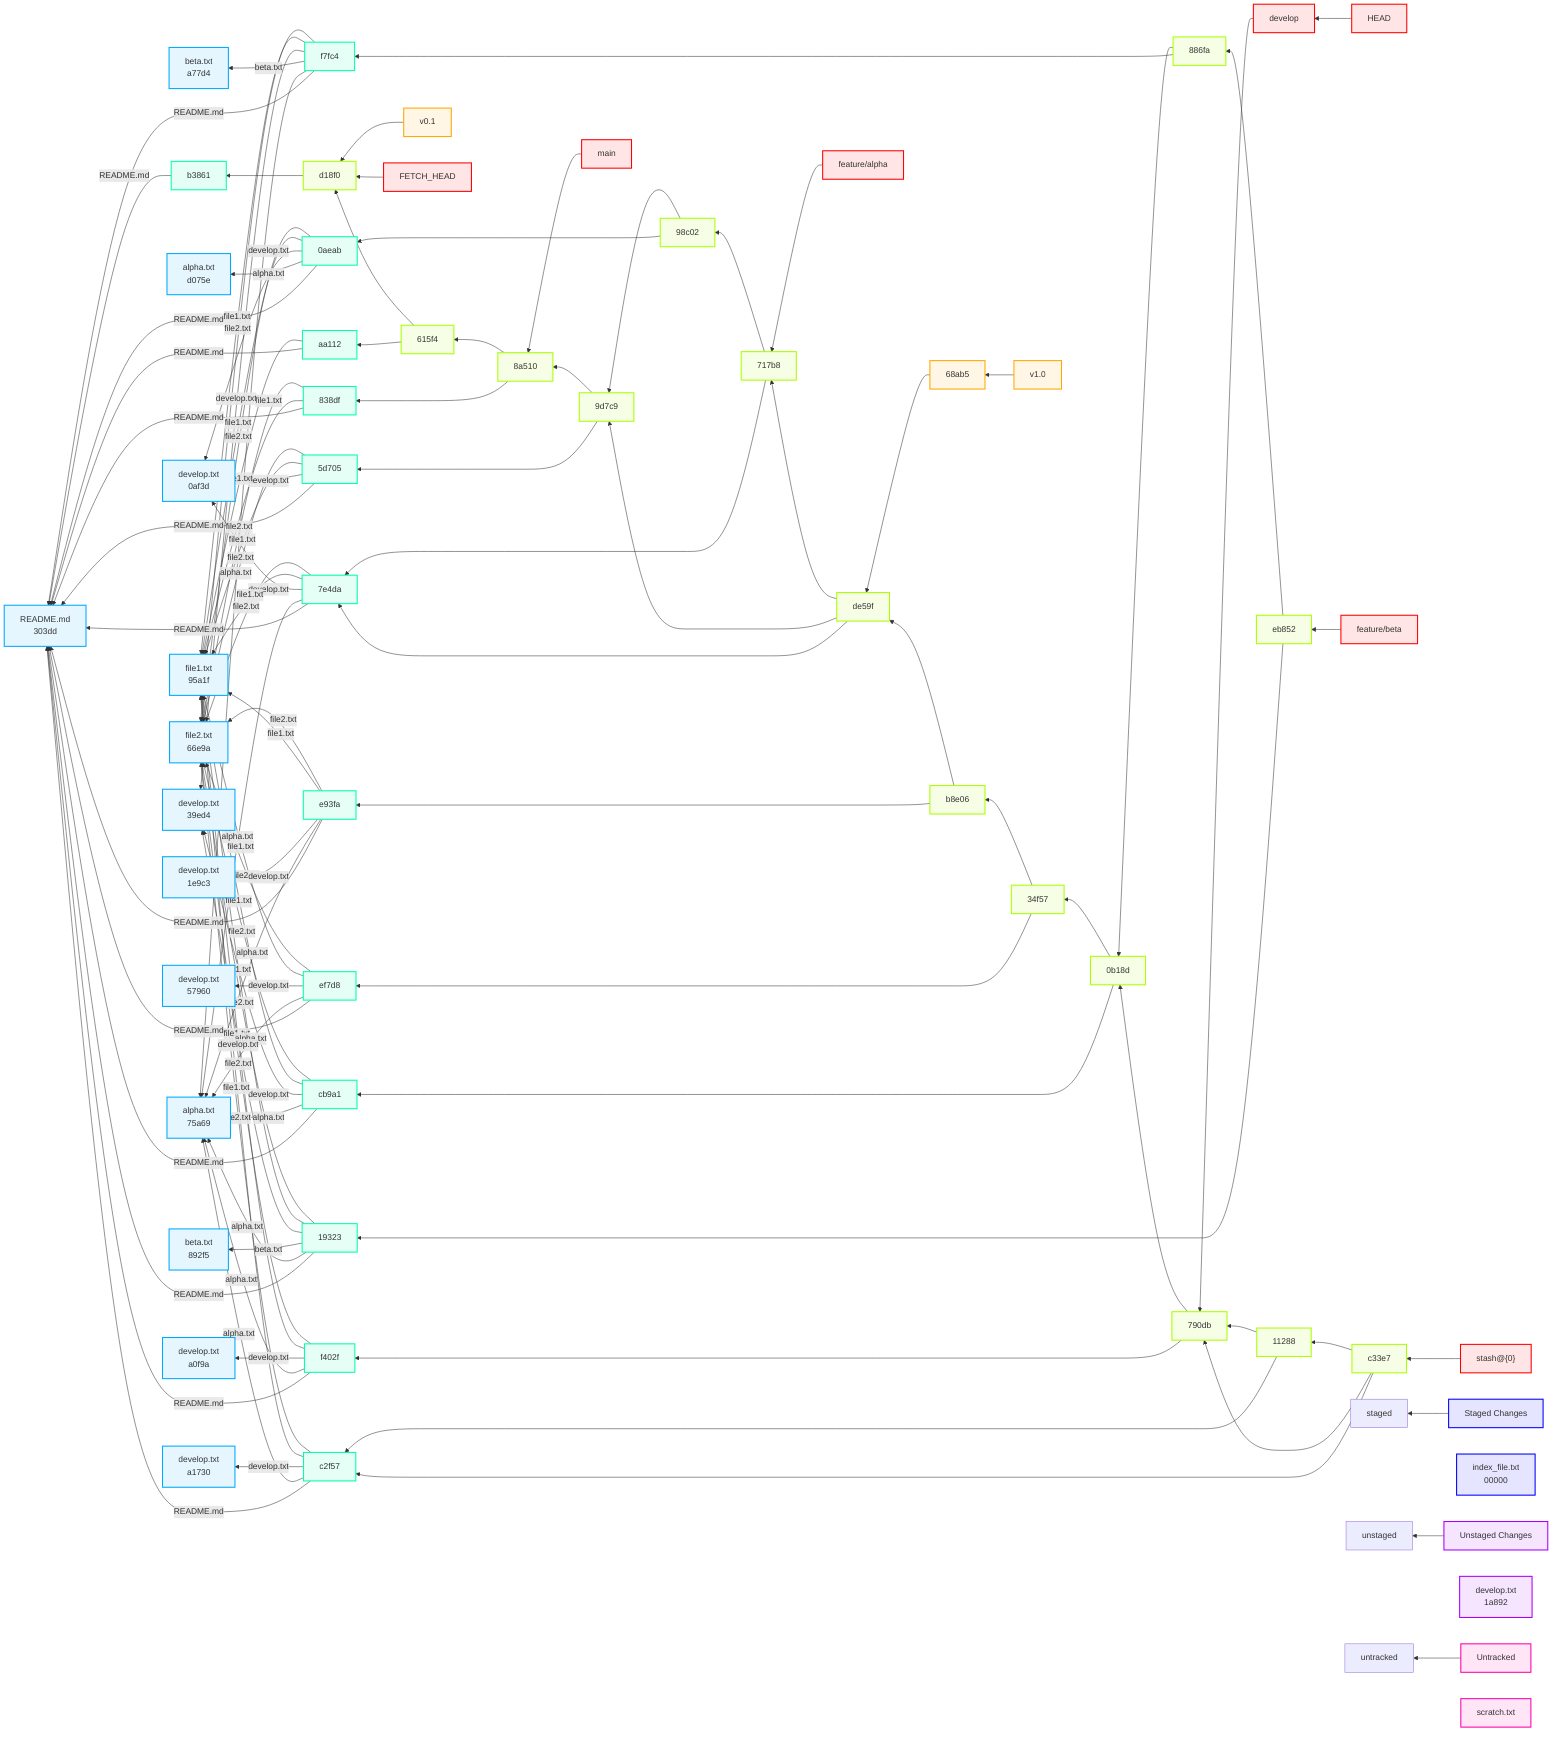
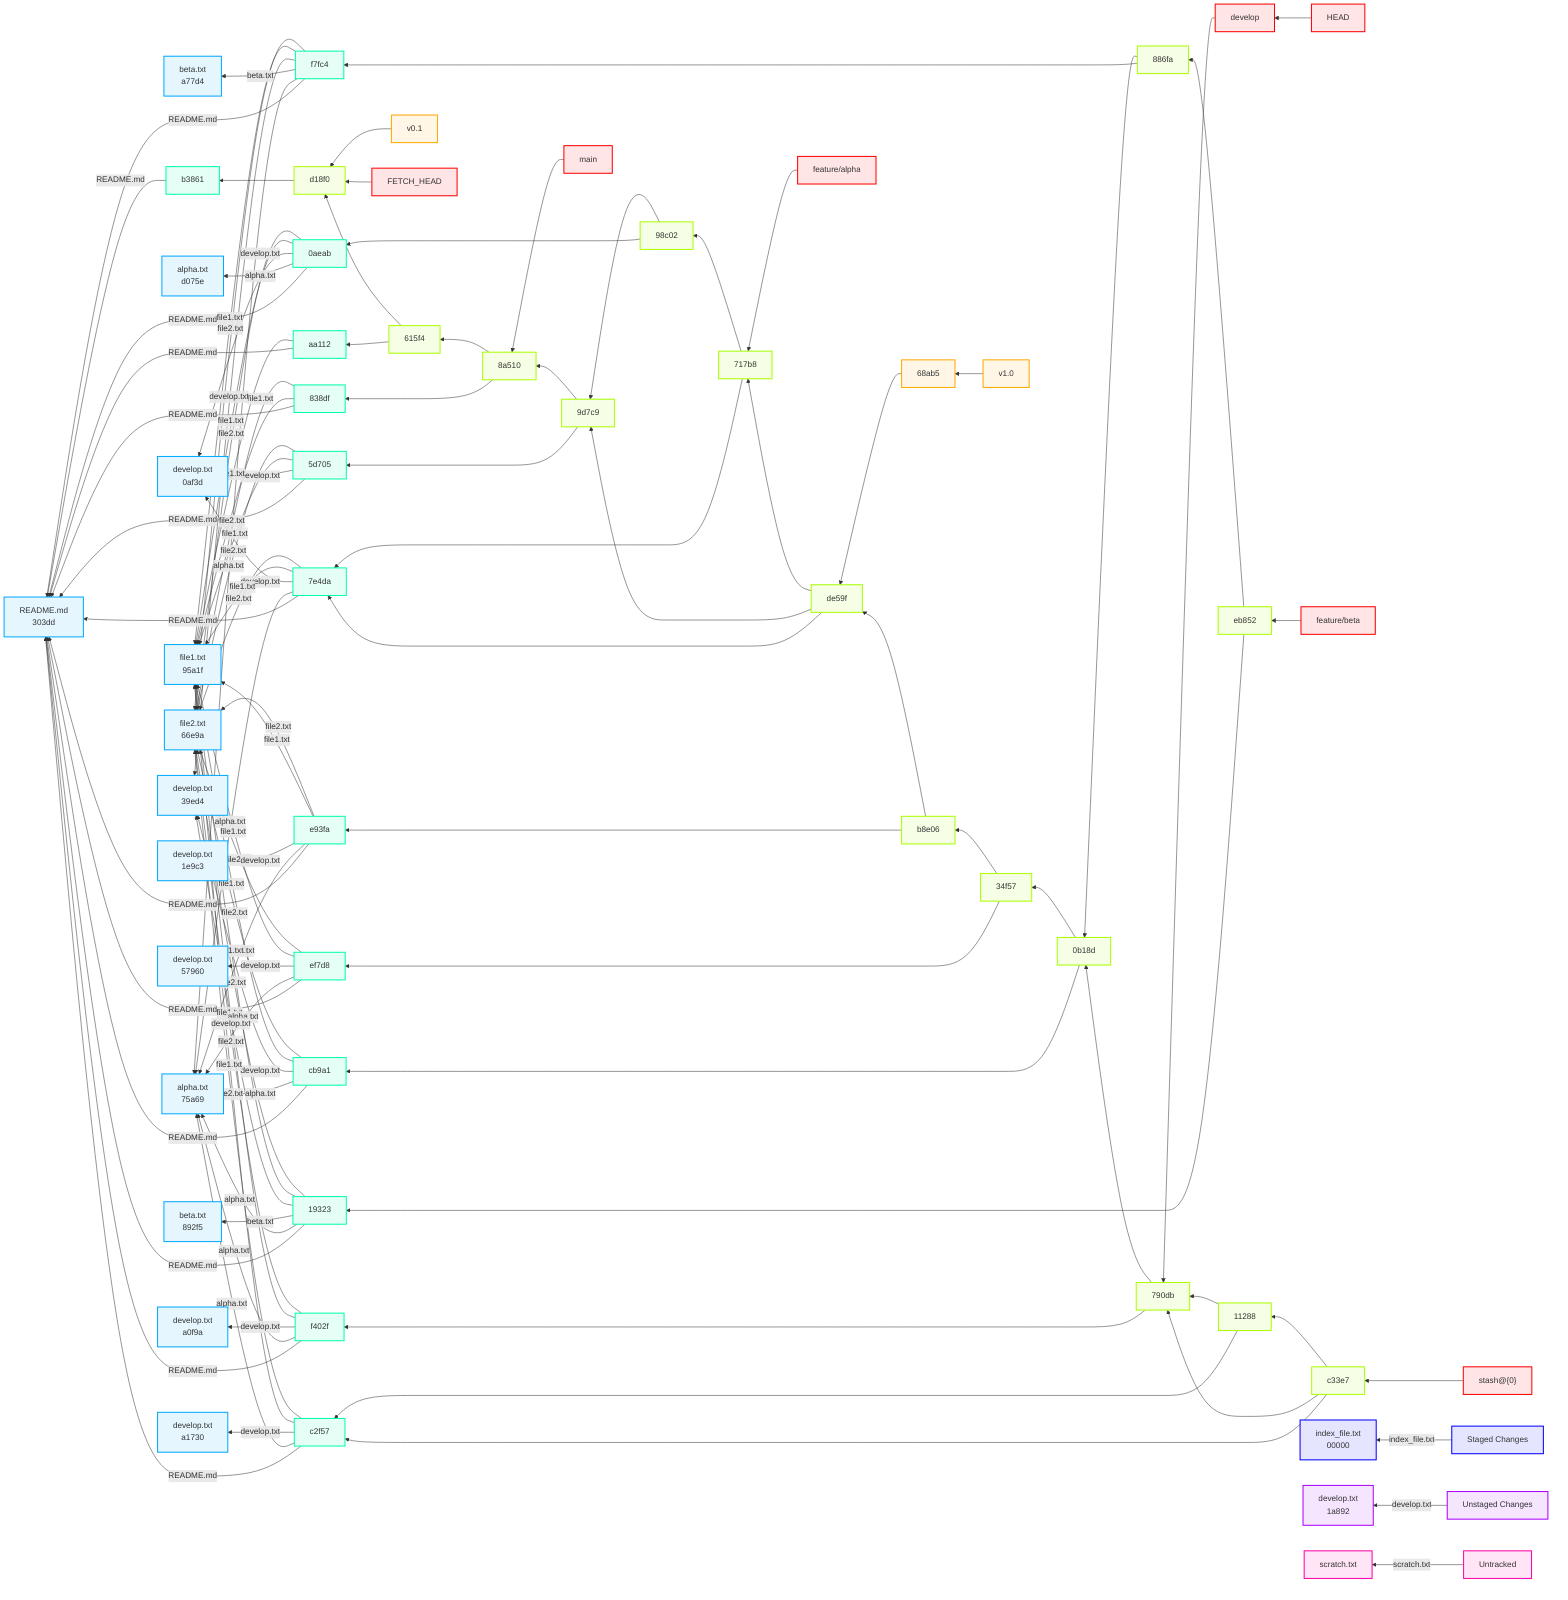
flowchart RL
    HEAD["HEAD"]
    refs_heads_develop["develop"]
    790db164f18098ef413853e56f7d93e70a2c187a["790db"]
    f402fa6c1016fcdcff2de566c4b4b2654d8acd5d["f402f"]
    303ddddd86883f5558adc9d682135c455484e2e5["README.md<br/>303dd"]
    75a69bc3472a11337ee6295f6b77e052fd098002["alpha.txt<br/>75a69"]
    a0f9a4b4bc907de626292ea1edbab06250694827["develop.txt<br/>a0f9a"]
    95a1fe834d4523c228c9deefcb9cf7f6395216aa["file1.txt<br/>95a1f"]
    66e9a0d2f63c60d180b5ff437a8231611adaddc6["file2.txt<br/>66e9a"]
    0b18da950bf84d50fbc7562a4747f13094fc85df["0b18d"]
    cb9a102698e08fde659c8dc35f746fd4d3b736a5["cb9a1"]
    39ed40bfad4199fb9caf6b8708f6ceb29dddad55["develop.txt<br/>39ed4"]
    34f5775c53e87185c6f0c5342e74c9f9d9a06c40["34f57"]
    ef7d89c5c18b0536fb7fb223de667dad764790e2["ef7d8"]
    579608ebc45ea5a4fbd99f327d8e87747ba0bcd0["develop.txt<br/>57960"]
    b8e06ba0f1639a2621da80b7b45bf60c9c90abda["b8e06"]
    e93fa8bfe86f6204ff476394d1395632759ecd68["e93fa"]
    1e9c3ad5bf46b88f5866a53745447482284bf6f9["develop.txt<br/>1e9c3"]
    de59f3a1667fc051ccc0b0682694585e36040bf4["de59f"]
    7e4da62c636b6687f6affdd75895cbb867edd60f["7e4da"]
    0af3daa9e28399e5345bd9961a2ff9c3b205659a["develop.txt<br/>0af3d"]
    717b8ae6fe822a635bb36b718f6a7cb2a27863a5["717b8"]
    98c0271fb08e9ec656af44e1ce7e1f310d722f3b["98c02"]
    0aeab4513b0974c994319324459ffd1f719bf214["0aeab"]
    d075eae27ad577ffbe2575a096bdffe45022317b["alpha.txt<br/>d075e"]
    9d7c9410192654b9445d1935283210dbfa43d722["9d7c9"]
    5d70501ebd4985e449433f8bc0a107c3c68905be["5d705"]
    8a510ae66f449135f143a5099d7f7c8755c8fe9a["8a510"]
    838df0d60c3d8eebc3ed0888dcde284226fb66ab["838df"]
    615f48cc20ab3061238d022c49147045241a004f["615f4"]
    aa112b5460a82a77bbfc62caa4f2396bd48e12b8["aa112"]
    d18f056029432df7a41eacf452447a111f0f4a12["d18f0"]
    b3861aade2f5e7468c5d9016daf9780aeca713dd["b3861"]
    refs_heads_feature_alpha["feature/alpha"]
    refs_heads_feature_beta["feature/beta"]
    eb852ccf183082960915022040318f9549283f89["eb852"]
    1932397668064ab7e82715c6f79d47e8c2b2eac9["19323"]
    892f5705b5026ed7130eae97ab57da9572ec2f00["beta.txt<br/>892f5"]
    886fab2b89c493ab873baa91ecb1438da7321edc["886fa"]
    f7fc420ec36ab4b139311a811157bb7681def36e["f7fc4"]
    a77d4b8eacb32787386d8fabd77b7f8095352a85["beta.txt<br/>a77d4"]
    refs_heads_main["main"]
    refs_tags_v0_1["v0.1"]
    refs_tags_v1_0["v1.0"]
    68ab57a3957981ada1d7d99f5ed25152cf0c89d8["68ab5"]
    FETCH_HEAD["FETCH_HEAD"]
    stash_stash__0_["stash@{0}"]
    c33e73c6409632d1e00d353d3496d65cf06675df["c33e7"]
    c2f575b00ce2b17e91b59cc868ad7ccac2a07530["c2f57"]
    a1730e1af68de3d9c44ad600a077143309128fc1["develop.txt<br/>a1730"]
    112885a309337593323175787051795afbcd2ad7["11288"]
    Staged_Changes["Staged Changes"]
    staged_index_file_txt["index_file.txt<br/>00000"]
    Unstaged_Changes["Unstaged Changes"]
    unstaged_develop_txt["develop.txt<br/>1a892"]
    Untracked["Untracked"]
    untracked_scratch_txt["scratch.txt"]
    HEAD --> refs_heads_develop
    refs_heads_develop --> 790db164f18098ef413853e56f7d93e70a2c187a
    790db164f18098ef413853e56f7d93e70a2c187a --> f402fa6c1016fcdcff2de566c4b4b2654d8acd5d
    f402fa6c1016fcdcff2de566c4b4b2654d8acd5d -->|"README.md"| 303ddddd86883f5558adc9d682135c455484e2e5
    f402fa6c1016fcdcff2de566c4b4b2654d8acd5d -->|"alpha.txt"| 75a69bc3472a11337ee6295f6b77e052fd098002
    f402fa6c1016fcdcff2de566c4b4b2654d8acd5d -->|"develop.txt"| a0f9a4b4bc907de626292ea1edbab06250694827
    f402fa6c1016fcdcff2de566c4b4b2654d8acd5d -->|"file1.txt"| 95a1fe834d4523c228c9deefcb9cf7f6395216aa
    f402fa6c1016fcdcff2de566c4b4b2654d8acd5d -->|"file2.txt"| 66e9a0d2f63c60d180b5ff437a8231611adaddc6
    790db164f18098ef413853e56f7d93e70a2c187a --> 0b18da950bf84d50fbc7562a4747f13094fc85df
    0b18da950bf84d50fbc7562a4747f13094fc85df --> cb9a102698e08fde659c8dc35f746fd4d3b736a5
    cb9a102698e08fde659c8dc35f746fd4d3b736a5 -->|"README.md"| 303ddddd86883f5558adc9d682135c455484e2e5
    cb9a102698e08fde659c8dc35f746fd4d3b736a5 -->|"alpha.txt"| 75a69bc3472a11337ee6295f6b77e052fd098002
    cb9a102698e08fde659c8dc35f746fd4d3b736a5 -->|"develop.txt"| 39ed40bfad4199fb9caf6b8708f6ceb29dddad55
    cb9a102698e08fde659c8dc35f746fd4d3b736a5 -->|"file1.txt"| 95a1fe834d4523c228c9deefcb9cf7f6395216aa
    cb9a102698e08fde659c8dc35f746fd4d3b736a5 -->|"file2.txt"| 66e9a0d2f63c60d180b5ff437a8231611adaddc6
    0b18da950bf84d50fbc7562a4747f13094fc85df --> 34f5775c53e87185c6f0c5342e74c9f9d9a06c40
    34f5775c53e87185c6f0c5342e74c9f9d9a06c40 --> ef7d89c5c18b0536fb7fb223de667dad764790e2
    ef7d89c5c18b0536fb7fb223de667dad764790e2 -->|"README.md"| 303ddddd86883f5558adc9d682135c455484e2e5
    ef7d89c5c18b0536fb7fb223de667dad764790e2 -->|"alpha.txt"| 75a69bc3472a11337ee6295f6b77e052fd098002
    ef7d89c5c18b0536fb7fb223de667dad764790e2 -->|"develop.txt"| 579608ebc45ea5a4fbd99f327d8e87747ba0bcd0
    ef7d89c5c18b0536fb7fb223de667dad764790e2 -->|"file1.txt"| 95a1fe834d4523c228c9deefcb9cf7f6395216aa
    ef7d89c5c18b0536fb7fb223de667dad764790e2 -->|"file2.txt"| 66e9a0d2f63c60d180b5ff437a8231611adaddc6
    34f5775c53e87185c6f0c5342e74c9f9d9a06c40 --> b8e06ba0f1639a2621da80b7b45bf60c9c90abda
    b8e06ba0f1639a2621da80b7b45bf60c9c90abda --> e93fa8bfe86f6204ff476394d1395632759ecd68
    e93fa8bfe86f6204ff476394d1395632759ecd68 -->|"README.md"| 303ddddd86883f5558adc9d682135c455484e2e5
    e93fa8bfe86f6204ff476394d1395632759ecd68 -->|"alpha.txt"| 75a69bc3472a11337ee6295f6b77e052fd098002
    e93fa8bfe86f6204ff476394d1395632759ecd68 -->|"develop.txt"| 1e9c3ad5bf46b88f5866a53745447482284bf6f9
    e93fa8bfe86f6204ff476394d1395632759ecd68 -->|"file1.txt"| 95a1fe834d4523c228c9deefcb9cf7f6395216aa
    e93fa8bfe86f6204ff476394d1395632759ecd68 -->|"file2.txt"| 66e9a0d2f63c60d180b5ff437a8231611adaddc6
    b8e06ba0f1639a2621da80b7b45bf60c9c90abda --> de59f3a1667fc051ccc0b0682694585e36040bf4
    de59f3a1667fc051ccc0b0682694585e36040bf4 --> 7e4da62c636b6687f6affdd75895cbb867edd60f
    7e4da62c636b6687f6affdd75895cbb867edd60f -->|"README.md"| 303ddddd86883f5558adc9d682135c455484e2e5
    7e4da62c636b6687f6affdd75895cbb867edd60f -->|"alpha.txt"| 75a69bc3472a11337ee6295f6b77e052fd098002
    7e4da62c636b6687f6affdd75895cbb867edd60f -->|"develop.txt"| 0af3daa9e28399e5345bd9961a2ff9c3b205659a
    7e4da62c636b6687f6affdd75895cbb867edd60f -->|"file1.txt"| 95a1fe834d4523c228c9deefcb9cf7f6395216aa
    7e4da62c636b6687f6affdd75895cbb867edd60f -->|"file2.txt"| 66e9a0d2f63c60d180b5ff437a8231611adaddc6
    de59f3a1667fc051ccc0b0682694585e36040bf4 --> 9d7c9410192654b9445d1935283210dbfa43d722
    de59f3a1667fc051ccc0b0682694585e36040bf4 --> 717b8ae6fe822a635bb36b718f6a7cb2a27863a5
    717b8ae6fe822a635bb36b718f6a7cb2a27863a5 --> 7e4da62c636b6687f6affdd75895cbb867edd60f
    717b8ae6fe822a635bb36b718f6a7cb2a27863a5 --> 98c0271fb08e9ec656af44e1ce7e1f310d722f3b
    98c0271fb08e9ec656af44e1ce7e1f310d722f3b --> 0aeab4513b0974c994319324459ffd1f719bf214
    0aeab4513b0974c994319324459ffd1f719bf214 -->|"README.md"| 303ddddd86883f5558adc9d682135c455484e2e5
    0aeab4513b0974c994319324459ffd1f719bf214 -->|"alpha.txt"| d075eae27ad577ffbe2575a096bdffe45022317b
    0aeab4513b0974c994319324459ffd1f719bf214 -->|"develop.txt"| 0af3daa9e28399e5345bd9961a2ff9c3b205659a
    0aeab4513b0974c994319324459ffd1f719bf214 -->|"file1.txt"| 95a1fe834d4523c228c9deefcb9cf7f6395216aa
    0aeab4513b0974c994319324459ffd1f719bf214 -->|"file2.txt"| 66e9a0d2f63c60d180b5ff437a8231611adaddc6
    98c0271fb08e9ec656af44e1ce7e1f310d722f3b --> 9d7c9410192654b9445d1935283210dbfa43d722
    9d7c9410192654b9445d1935283210dbfa43d722 --> 5d70501ebd4985e449433f8bc0a107c3c68905be
    5d70501ebd4985e449433f8bc0a107c3c68905be -->|"README.md"| 303ddddd86883f5558adc9d682135c455484e2e5
    5d70501ebd4985e449433f8bc0a107c3c68905be -->|"develop.txt"| 0af3daa9e28399e5345bd9961a2ff9c3b205659a
    5d70501ebd4985e449433f8bc0a107c3c68905be -->|"file1.txt"| 95a1fe834d4523c228c9deefcb9cf7f6395216aa
    5d70501ebd4985e449433f8bc0a107c3c68905be -->|"file2.txt"| 66e9a0d2f63c60d180b5ff437a8231611adaddc6
    9d7c9410192654b9445d1935283210dbfa43d722 --> 8a510ae66f449135f143a5099d7f7c8755c8fe9a
    8a510ae66f449135f143a5099d7f7c8755c8fe9a --> 838df0d60c3d8eebc3ed0888dcde284226fb66ab
    838df0d60c3d8eebc3ed0888dcde284226fb66ab -->|"README.md"| 303ddddd86883f5558adc9d682135c455484e2e5
    838df0d60c3d8eebc3ed0888dcde284226fb66ab -->|"file1.txt"| 95a1fe834d4523c228c9deefcb9cf7f6395216aa
    838df0d60c3d8eebc3ed0888dcde284226fb66ab -->|"file2.txt"| 66e9a0d2f63c60d180b5ff437a8231611adaddc6
    8a510ae66f449135f143a5099d7f7c8755c8fe9a --> 615f48cc20ab3061238d022c49147045241a004f
    615f48cc20ab3061238d022c49147045241a004f --> aa112b5460a82a77bbfc62caa4f2396bd48e12b8
    aa112b5460a82a77bbfc62caa4f2396bd48e12b8 -->|"README.md"| 303ddddd86883f5558adc9d682135c455484e2e5
    aa112b5460a82a77bbfc62caa4f2396bd48e12b8 -->|"file1.txt"| 95a1fe834d4523c228c9deefcb9cf7f6395216aa
    615f48cc20ab3061238d022c49147045241a004f --> d18f056029432df7a41eacf452447a111f0f4a12
    d18f056029432df7a41eacf452447a111f0f4a12 --> b3861aade2f5e7468c5d9016daf9780aeca713dd
    b3861aade2f5e7468c5d9016daf9780aeca713dd -->|"README.md"| 303ddddd86883f5558adc9d682135c455484e2e5
    refs_heads_feature_alpha --> 717b8ae6fe822a635bb36b718f6a7cb2a27863a5
    refs_heads_feature_beta --> eb852ccf183082960915022040318f9549283f89
    eb852ccf183082960915022040318f9549283f89 --> 1932397668064ab7e82715c6f79d47e8c2b2eac9
    1932397668064ab7e82715c6f79d47e8c2b2eac9 -->|"README.md"| 303ddddd86883f5558adc9d682135c455484e2e5
    1932397668064ab7e82715c6f79d47e8c2b2eac9 -->|"alpha.txt"| 75a69bc3472a11337ee6295f6b77e052fd098002
    1932397668064ab7e82715c6f79d47e8c2b2eac9 -->|"beta.txt"| 892f5705b5026ed7130eae97ab57da9572ec2f00
    1932397668064ab7e82715c6f79d47e8c2b2eac9 -->|"develop.txt"| 39ed40bfad4199fb9caf6b8708f6ceb29dddad55
    1932397668064ab7e82715c6f79d47e8c2b2eac9 -->|"file1.txt"| 95a1fe834d4523c228c9deefcb9cf7f6395216aa
    1932397668064ab7e82715c6f79d47e8c2b2eac9 -->|"file2.txt"| 66e9a0d2f63c60d180b5ff437a8231611adaddc6
    eb852ccf183082960915022040318f9549283f89 --> 886fab2b89c493ab873baa91ecb1438da7321edc
    886fab2b89c493ab873baa91ecb1438da7321edc --> f7fc420ec36ab4b139311a811157bb7681def36e
    f7fc420ec36ab4b139311a811157bb7681def36e -->|"README.md"| 303ddddd86883f5558adc9d682135c455484e2e5
    f7fc420ec36ab4b139311a811157bb7681def36e -->|"alpha.txt"| 75a69bc3472a11337ee6295f6b77e052fd098002
    f7fc420ec36ab4b139311a811157bb7681def36e -->|"beta.txt"| a77d4b8eacb32787386d8fabd77b7f8095352a85
    f7fc420ec36ab4b139311a811157bb7681def36e -->|"develop.txt"| 39ed40bfad4199fb9caf6b8708f6ceb29dddad55
    f7fc420ec36ab4b139311a811157bb7681def36e -->|"file1.txt"| 95a1fe834d4523c228c9deefcb9cf7f6395216aa
    f7fc420ec36ab4b139311a811157bb7681def36e -->|"file2.txt"| 66e9a0d2f63c60d180b5ff437a8231611adaddc6
    886fab2b89c493ab873baa91ecb1438da7321edc --> 0b18da950bf84d50fbc7562a4747f13094fc85df
    refs_heads_main --> 8a510ae66f449135f143a5099d7f7c8755c8fe9a
    refs_tags_v0_1 --> d18f056029432df7a41eacf452447a111f0f4a12
    refs_tags_v1_0 --> 68ab57a3957981ada1d7d99f5ed25152cf0c89d8
    68ab57a3957981ada1d7d99f5ed25152cf0c89d8 --> de59f3a1667fc051ccc0b0682694585e36040bf4
    FETCH_HEAD --> d18f056029432df7a41eacf452447a111f0f4a12
    stash_stash__0_ --> c33e73c6409632d1e00d353d3496d65cf06675df
    c33e73c6409632d1e00d353d3496d65cf06675df --> c2f575b00ce2b17e91b59cc868ad7ccac2a07530
    c2f575b00ce2b17e91b59cc868ad7ccac2a07530 -->|"README.md"| 303ddddd86883f5558adc9d682135c455484e2e5
    c2f575b00ce2b17e91b59cc868ad7ccac2a07530 -->|"alpha.txt"| 75a69bc3472a11337ee6295f6b77e052fd098002
    c2f575b00ce2b17e91b59cc868ad7ccac2a07530 -->|"develop.txt"| a1730e1af68de3d9c44ad600a077143309128fc1
    c2f575b00ce2b17e91b59cc868ad7ccac2a07530 -->|"file1.txt"| 95a1fe834d4523c228c9deefcb9cf7f6395216aa
    c2f575b00ce2b17e91b59cc868ad7ccac2a07530 -->|"file2.txt"| 66e9a0d2f63c60d180b5ff437a8231611adaddc6
    c33e73c6409632d1e00d353d3496d65cf06675df --> 790db164f18098ef413853e56f7d93e70a2c187a
    c33e73c6409632d1e00d353d3496d65cf06675df --> 112885a309337593323175787051795afbcd2ad7
    112885a309337593323175787051795afbcd2ad7 --> c2f575b00ce2b17e91b59cc868ad7ccac2a07530
    112885a309337593323175787051795afbcd2ad7 --> 790db164f18098ef413853e56f7d93e70a2c187a
-     Staged_Changes --> staged
-     Unstaged_Changes --> unstaged
-     Untracked --> untracked
+     Staged_Changes -->|"index_file.txt"| staged_index_file_txt
+     Unstaged_Changes -->|"develop.txt"| unstaged_develop_txt
+     Untracked -->|"scratch.txt"| untracked_scratch_txt
    style HEAD fill:#ffe5e5,stroke:#ff0000,stroke-width:2px
    style refs_heads_develop fill:#ffe5e5,stroke:#ff0000,stroke-width:2px
    style 790db164f18098ef413853e56f7d93e70a2c187a fill:#f6ffe5,stroke:#aaff00,stroke-width:2px
    style f402fa6c1016fcdcff2de566c4b4b2654d8acd5d fill:#e5fff6,stroke:#00ffa9,stroke-width:2px
    style 303ddddd86883f5558adc9d682135c455484e2e5 fill:#e5f6ff,stroke:#00a9ff,stroke-width:2px
    style 75a69bc3472a11337ee6295f6b77e052fd098002 fill:#e5f6ff,stroke:#00a9ff,stroke-width:2px
    style a0f9a4b4bc907de626292ea1edbab06250694827 fill:#e5f6ff,stroke:#00a9ff,stroke-width:2px
    style 95a1fe834d4523c228c9deefcb9cf7f6395216aa fill:#e5f6ff,stroke:#00a9ff,stroke-width:2px
    style 66e9a0d2f63c60d180b5ff437a8231611adaddc6 fill:#e5f6ff,stroke:#00a9ff,stroke-width:2px
    style 0b18da950bf84d50fbc7562a4747f13094fc85df fill:#f6ffe5,stroke:#aaff00,stroke-width:2px
    style cb9a102698e08fde659c8dc35f746fd4d3b736a5 fill:#e5fff6,stroke:#00ffa9,stroke-width:2px
    style 39ed40bfad4199fb9caf6b8708f6ceb29dddad55 fill:#e5f6ff,stroke:#00a9ff,stroke-width:2px
    style 34f5775c53e87185c6f0c5342e74c9f9d9a06c40 fill:#f6ffe5,stroke:#aaff00,stroke-width:2px
    style ef7d89c5c18b0536fb7fb223de667dad764790e2 fill:#e5fff6,stroke:#00ffa9,stroke-width:2px
    style 579608ebc45ea5a4fbd99f327d8e87747ba0bcd0 fill:#e5f6ff,stroke:#00a9ff,stroke-width:2px
    style b8e06ba0f1639a2621da80b7b45bf60c9c90abda fill:#f6ffe5,stroke:#aaff00,stroke-width:2px
    style e93fa8bfe86f6204ff476394d1395632759ecd68 fill:#e5fff6,stroke:#00ffa9,stroke-width:2px
    style 1e9c3ad5bf46b88f5866a53745447482284bf6f9 fill:#e5f6ff,stroke:#00a9ff,stroke-width:2px
    style de59f3a1667fc051ccc0b0682694585e36040bf4 fill:#f6ffe5,stroke:#aaff00,stroke-width:2px
    style 7e4da62c636b6687f6affdd75895cbb867edd60f fill:#e5fff6,stroke:#00ffa9,stroke-width:2px
    style 0af3daa9e28399e5345bd9961a2ff9c3b205659a fill:#e5f6ff,stroke:#00a9ff,stroke-width:2px
    style 717b8ae6fe822a635bb36b718f6a7cb2a27863a5 fill:#f6ffe5,stroke:#aaff00,stroke-width:2px
    style 98c0271fb08e9ec656af44e1ce7e1f310d722f3b fill:#f6ffe5,stroke:#aaff00,stroke-width:2px
    style 0aeab4513b0974c994319324459ffd1f719bf214 fill:#e5fff6,stroke:#00ffa9,stroke-width:2px
    style d075eae27ad577ffbe2575a096bdffe45022317b fill:#e5f6ff,stroke:#00a9ff,stroke-width:2px
    style 9d7c9410192654b9445d1935283210dbfa43d722 fill:#f6ffe5,stroke:#aaff00,stroke-width:2px
    style 5d70501ebd4985e449433f8bc0a107c3c68905be fill:#e5fff6,stroke:#00ffa9,stroke-width:2px
    style 8a510ae66f449135f143a5099d7f7c8755c8fe9a fill:#f6ffe5,stroke:#aaff00,stroke-width:2px
    style 838df0d60c3d8eebc3ed0888dcde284226fb66ab fill:#e5fff6,stroke:#00ffa9,stroke-width:2px
    style 615f48cc20ab3061238d022c49147045241a004f fill:#f6ffe5,stroke:#aaff00,stroke-width:2px
    style aa112b5460a82a77bbfc62caa4f2396bd48e12b8 fill:#e5fff6,stroke:#00ffa9,stroke-width:2px
    style d18f056029432df7a41eacf452447a111f0f4a12 fill:#f6ffe5,stroke:#aaff00,stroke-width:2px
    style b3861aade2f5e7468c5d9016daf9780aeca713dd fill:#e5fff6,stroke:#00ffa9,stroke-width:2px
    style refs_heads_feature_alpha fill:#ffe5e5,stroke:#ff0000,stroke-width:2px
    style refs_heads_feature_beta fill:#ffe5e5,stroke:#ff0000,stroke-width:2px
    style eb852ccf183082960915022040318f9549283f89 fill:#f6ffe5,stroke:#aaff00,stroke-width:2px
    style 1932397668064ab7e82715c6f79d47e8c2b2eac9 fill:#e5fff6,stroke:#00ffa9,stroke-width:2px
    style 892f5705b5026ed7130eae97ab57da9572ec2f00 fill:#e5f6ff,stroke:#00a9ff,stroke-width:2px
    style 886fab2b89c493ab873baa91ecb1438da7321edc fill:#f6ffe5,stroke:#aaff00,stroke-width:2px
    style f7fc420ec36ab4b139311a811157bb7681def36e fill:#e5fff6,stroke:#00ffa9,stroke-width:2px
    style a77d4b8eacb32787386d8fabd77b7f8095352a85 fill:#e5f6ff,stroke:#00a9ff,stroke-width:2px
    style refs_heads_main fill:#ffe5e5,stroke:#ff0000,stroke-width:2px
    style refs_tags_v0_1 fill:#fff6e5,stroke:#ffa900,stroke-width:2px
    style refs_tags_v1_0 fill:#fff6e5,stroke:#ffa900,stroke-width:2px
    style 68ab57a3957981ada1d7d99f5ed25152cf0c89d8 fill:#fff6e5,stroke:#ffa900,stroke-width:2px
    style FETCH_HEAD fill:#ffe5e5,stroke:#ff0000,stroke-width:2px
    style stash_stash__0_ fill:#ffe5e5,stroke:#ff0000,stroke-width:2px
    style c33e73c6409632d1e00d353d3496d65cf06675df fill:#f6ffe5,stroke:#aaff00,stroke-width:2px
    style c2f575b00ce2b17e91b59cc868ad7ccac2a07530 fill:#e5fff6,stroke:#00ffa9,stroke-width:2px
    style a1730e1af68de3d9c44ad600a077143309128fc1 fill:#e5f6ff,stroke:#00a9ff,stroke-width:2px
    style 112885a309337593323175787051795afbcd2ad7 fill:#f6ffe5,stroke:#aaff00,stroke-width:2px
    style Staged_Changes fill:#e5e5ff,stroke:#0000ff,stroke-width:2px
    style staged_index_file_txt fill:#e5e5ff,stroke:#0000ff,stroke-width:2px
    style Unstaged_Changes fill:#f6e5ff,stroke:#aa00ff,stroke-width:2px
    style unstaged_develop_txt fill:#f6e5ff,stroke:#aa00ff,stroke-width:2px
    style Untracked fill:#ffe5f6,stroke:#ff00a9,stroke-width:2px
    style untracked_scratch_txt fill:#ffe5f6,stroke:#ff00a9,stroke-width:2px
